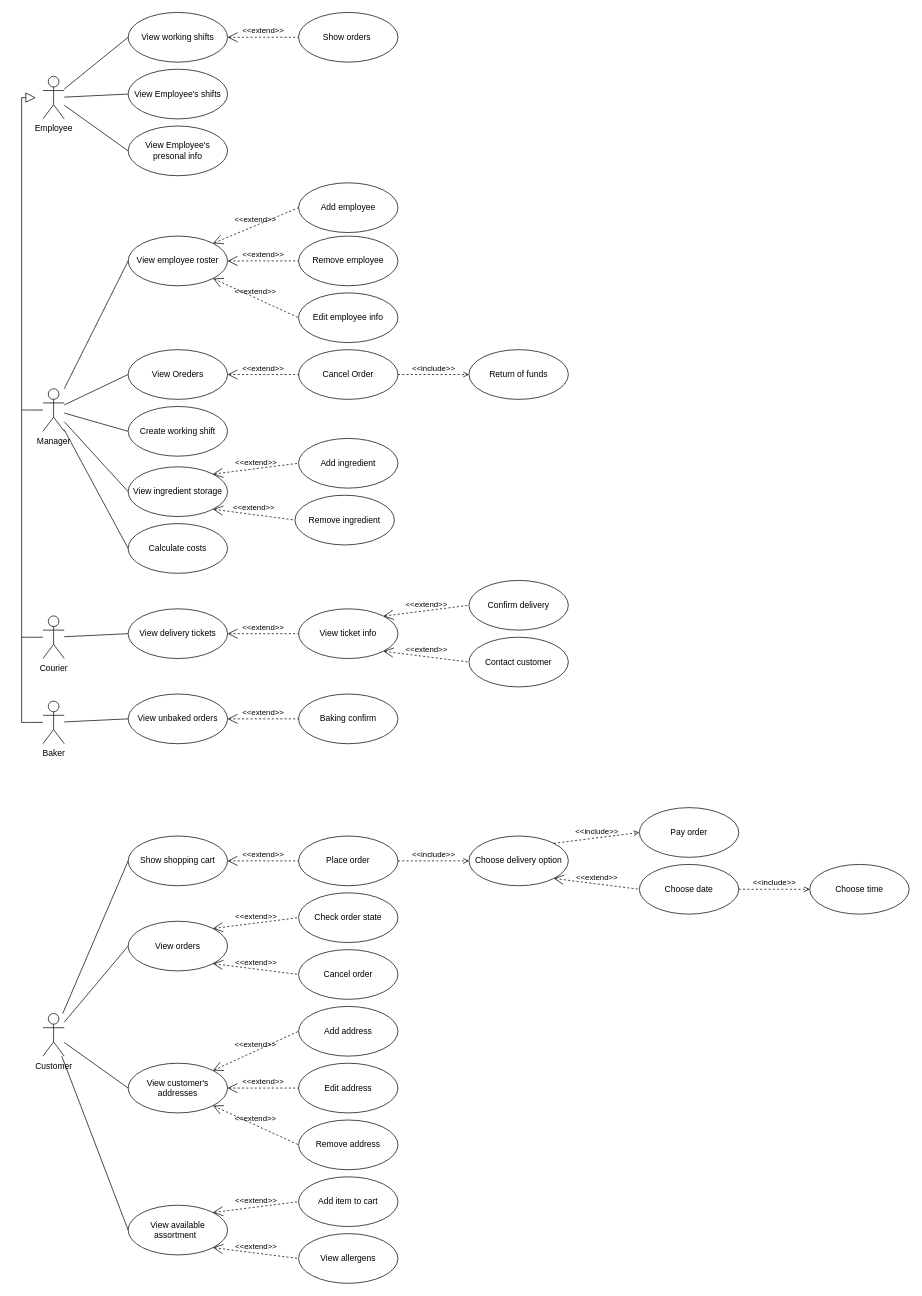
Above: usecase_2.0.drawio in ArturSultanov/ids-proj (draw.io), before the change. Source tidied: cells renumbered, new cells numbered last; positions are measured from the earlier drawing's top-left corner, leaving out a move shared by most shapes. Both pictures are drawn from the tidied source at 71%, with x=0, y=0 at pixel (21, 12).
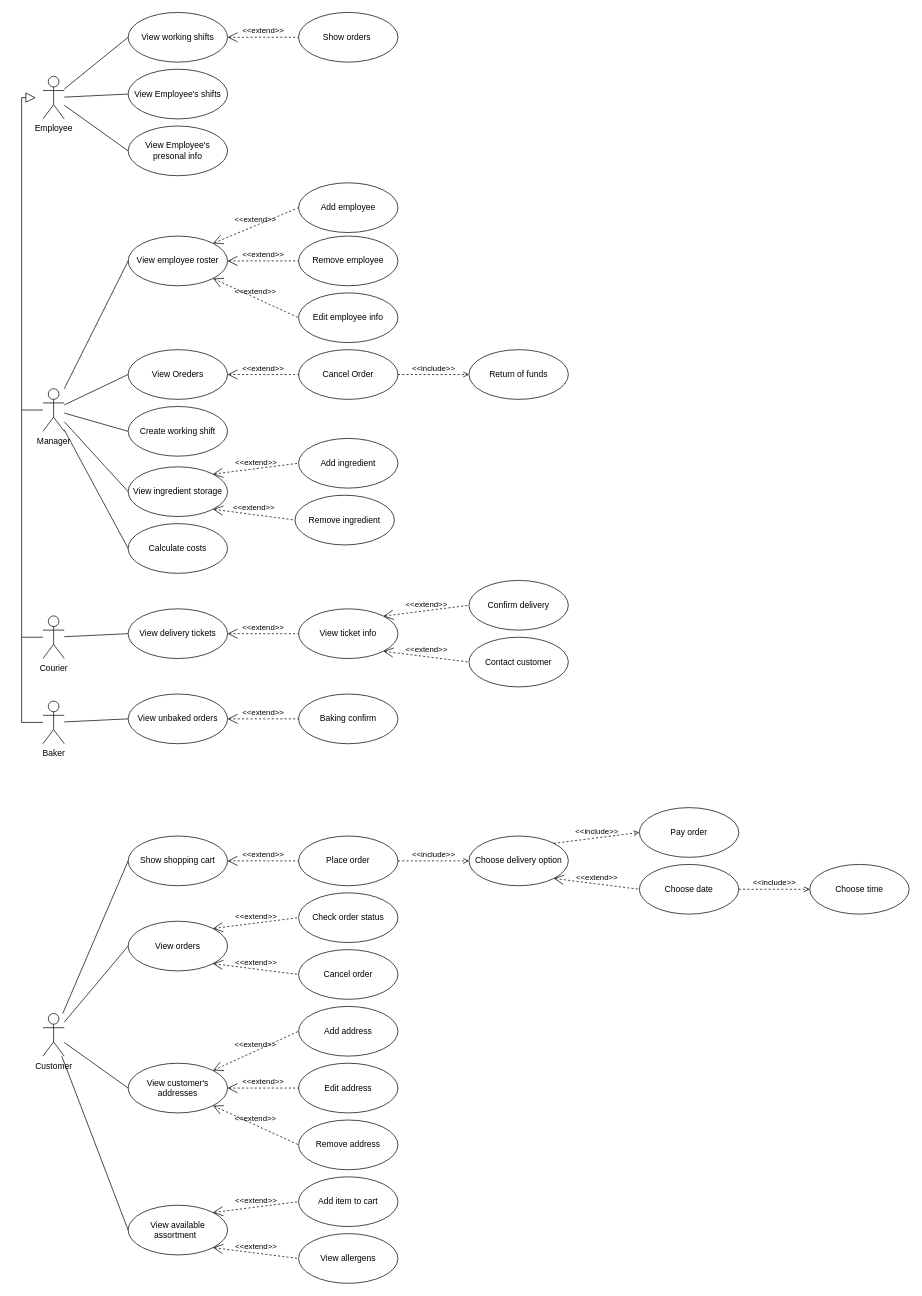
The same page after the edit.

What changed in the source:
```diff
@@
-    <mxCell id="66" value="Check order state" style="ellipse;whiteSpace=wrap;html=1;" parent="1" vertex="1">
+    <mxCell id="66" value="Check order status" style="ellipse;whiteSpace=wrap;html=1;" parent="1" vertex="1">
       <mxGeometry x="390" y="1240" width="140" height="70" as="geometry" />
     </mxCell>
```
